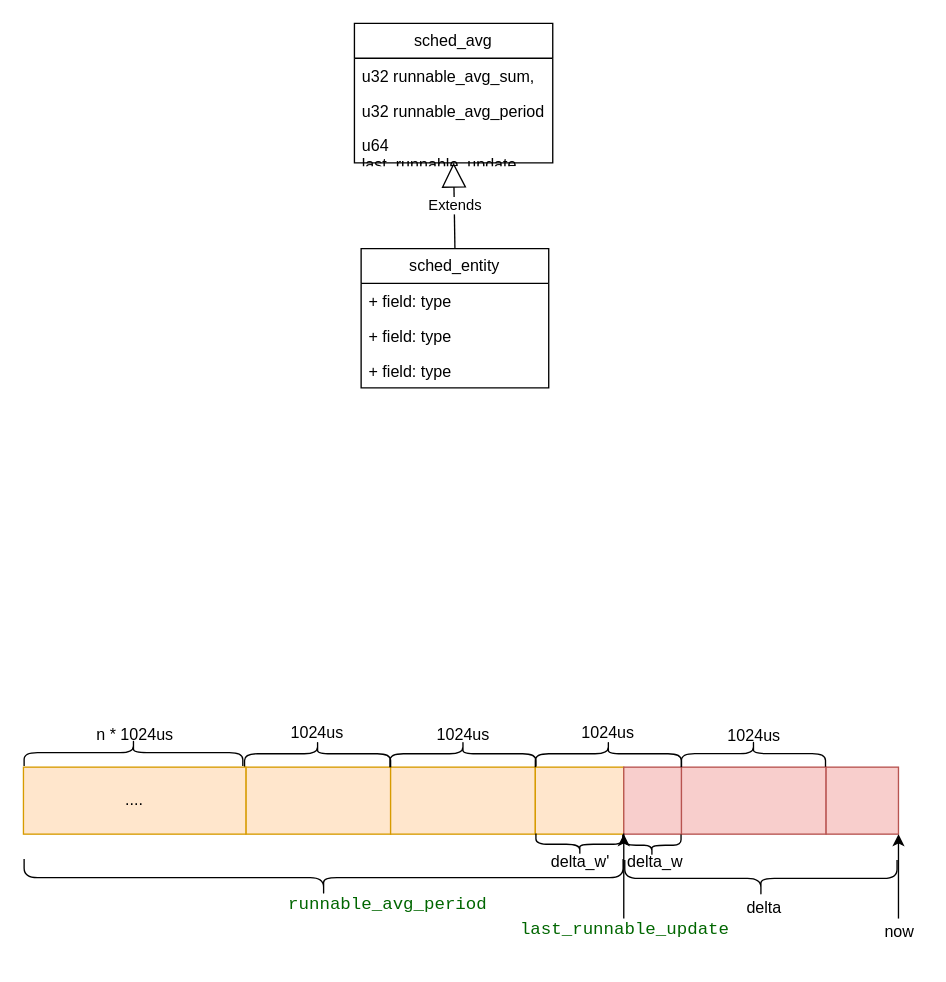
Before: pelt.drawio in jasonactions/graph, a draw.io diagram. Source tidied: cells renumbered, new cells numbered last; positions are measured from the earlier drawing's top-left corner, leaving out a move shared by most shapes. Both pictures are drawn from the tidied source at 134%, with x=0, y=0 at pixel (23, 23).
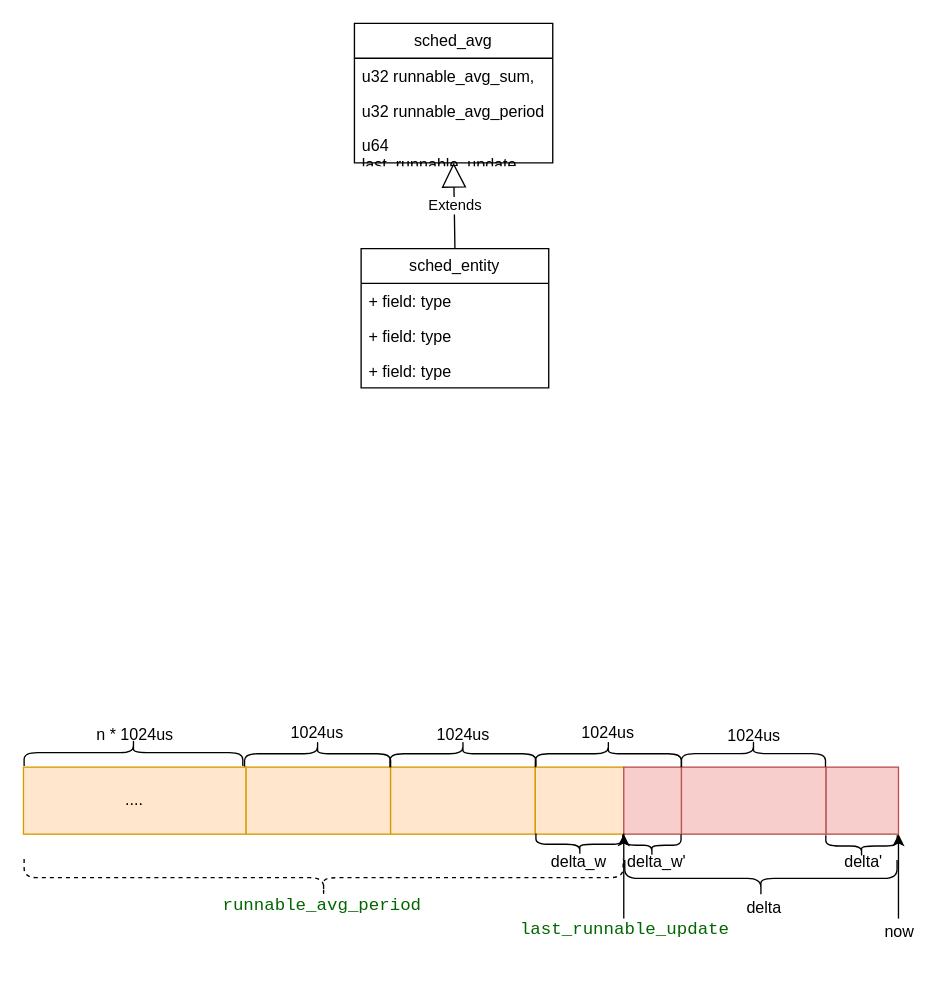
The same diagram, later.

Change to the diagram source:
```diff
@@
-    <mxCell id="31" style="shape=curlyBracket;whiteSpace=wrap;html=1;rounded=1;labelPosition=left;verticalLabelPosition=middle;align=right;verticalAlign=middle;rotation=-90;" parent="1" vertex="1">
+    <mxCell id="31" style="shape=curlyBracket;whiteSpace=wrap;html=1;rounded=1;labelPosition=left;verticalLabelPosition=middle;align=right;verticalAlign=middle;rotation=-90;dashed=1;" parent="1" vertex="1">
       <mxGeometry x="210" y="414" width="28" height="447" as="geometry" />
     </mxCell>
     <mxCell id="32" value="&lt;pre style=&quot;font-size: 13px; font-family: monospace; background: rgb(255, 255, 255); color: rgb(0, 0, 51); white-space: pre-wrap; font-style: normal; font-variant-ligatures: normal; font-variant-caps: normal; font-weight: 400; letter-spacing: normal; orphans: 2; text-align: start; text-indent: 0px; text-transform: none; widows: 2; word-spacing: 0px; -webkit-text-stroke-width: 0px; text-decoration-thickness: initial; text-decoration-style: initial; text-decoration-color: initial;&quot; id=&quot;b&quot;&gt;&lt;span style=&quot;font-size: 13px; font-family: monospace; background: rgb(255, 255, 255); color: rgb(0, 102, 0);&quot; class=&quot;add&quot;&gt;runnable_avg_period&lt;/span&gt;&lt;/pre&gt;" style="text;whiteSpace=wrap;html=1;" parent="1" vertex="1">
-      <mxGeometry x="195.5" y="630" width="161" height="41" as="geometry" />
+      <mxGeometry x="147" y="631" width="161" height="41" as="geometry" />
     </mxCell>
@@
-    <mxCell id="35" value="delta_w'" style="text;whiteSpace=wrap;html=1;" parent="1" vertex="1">
-      <mxGeometry x="392.2" y="612" width="30" height="23" as="geometry" />
+    <mxCell id="35" value="delta_w" style="text;whiteSpace=wrap;html=1;" parent="1" vertex="1">
+      <mxGeometry x="392.2" y="612" width="45.8" height="23" as="geometry" />
     </mxCell>
@@
-    <mxCell id="37" value="delta_w" style="text;whiteSpace=wrap;html=1;" parent="1" vertex="1">
-      <mxGeometry x="449" y="612" width="30" height="23" as="geometry" />
+    <mxCell id="37" value="delta_w'" style="text;whiteSpace=wrap;html=1;" parent="1" vertex="1">
+      <mxGeometry x="449" y="612" width="45" height="23" as="geometry" />
     </mxCell>
@@
+    <mxCell id="40" style="shape=curlyBracket;whiteSpace=wrap;html=1;rounded=1;labelPosition=left;verticalLabelPosition=middle;align=right;verticalAlign=middle;rotation=-90;" parent="1" vertex="1">
+      <mxGeometry x="617.5" y="587.2" width="15.9" height="53.3" as="geometry" />
+    </mxCell>
+    <mxCell id="41" value="delta'" style="text;whiteSpace=wrap;html=1;" parent="1" vertex="1">
+      <mxGeometry x="610.5" y="612" width="30" height="23" as="geometry" />
+    </mxCell>
```
